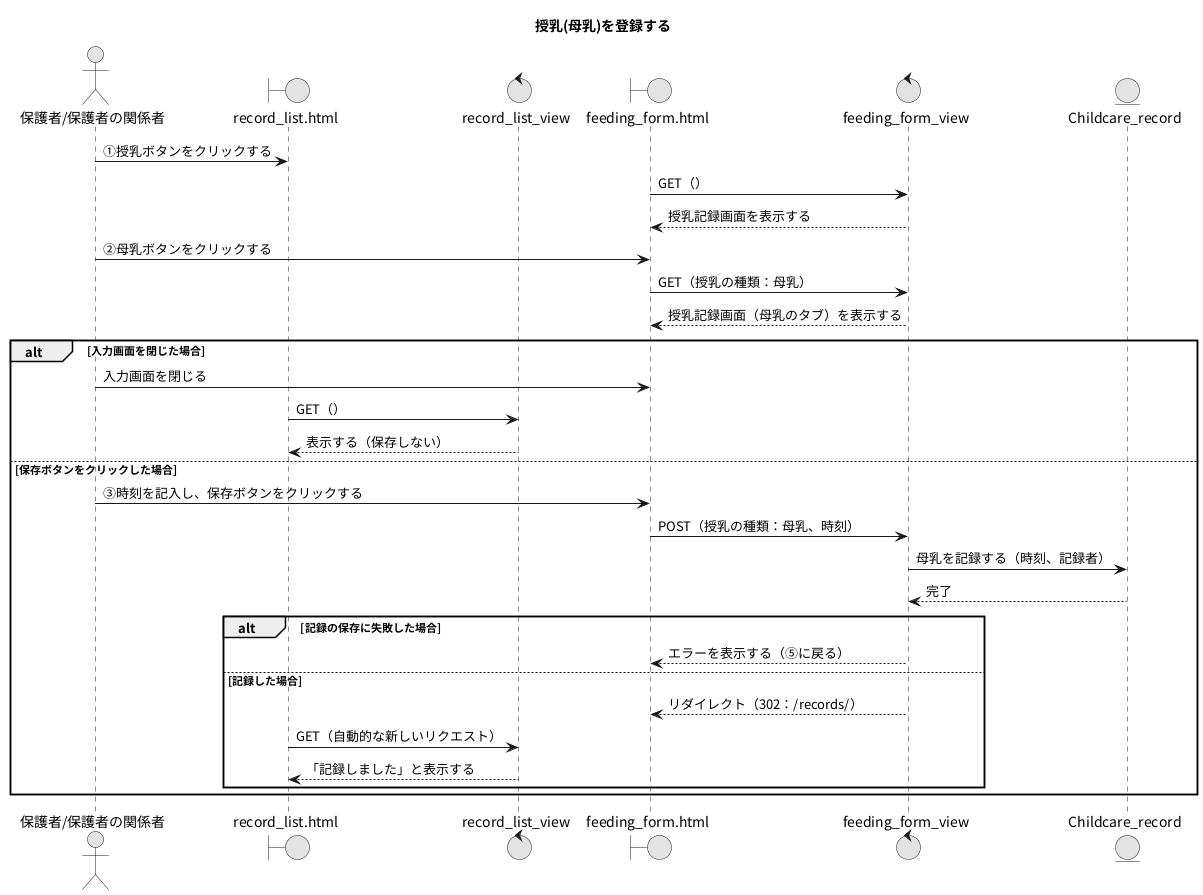
Before: PNG/27_授乳(母乳)を登録する.png, a diagram exported from PlantUML (Ma2naga190330/26_sotugyou_puml).
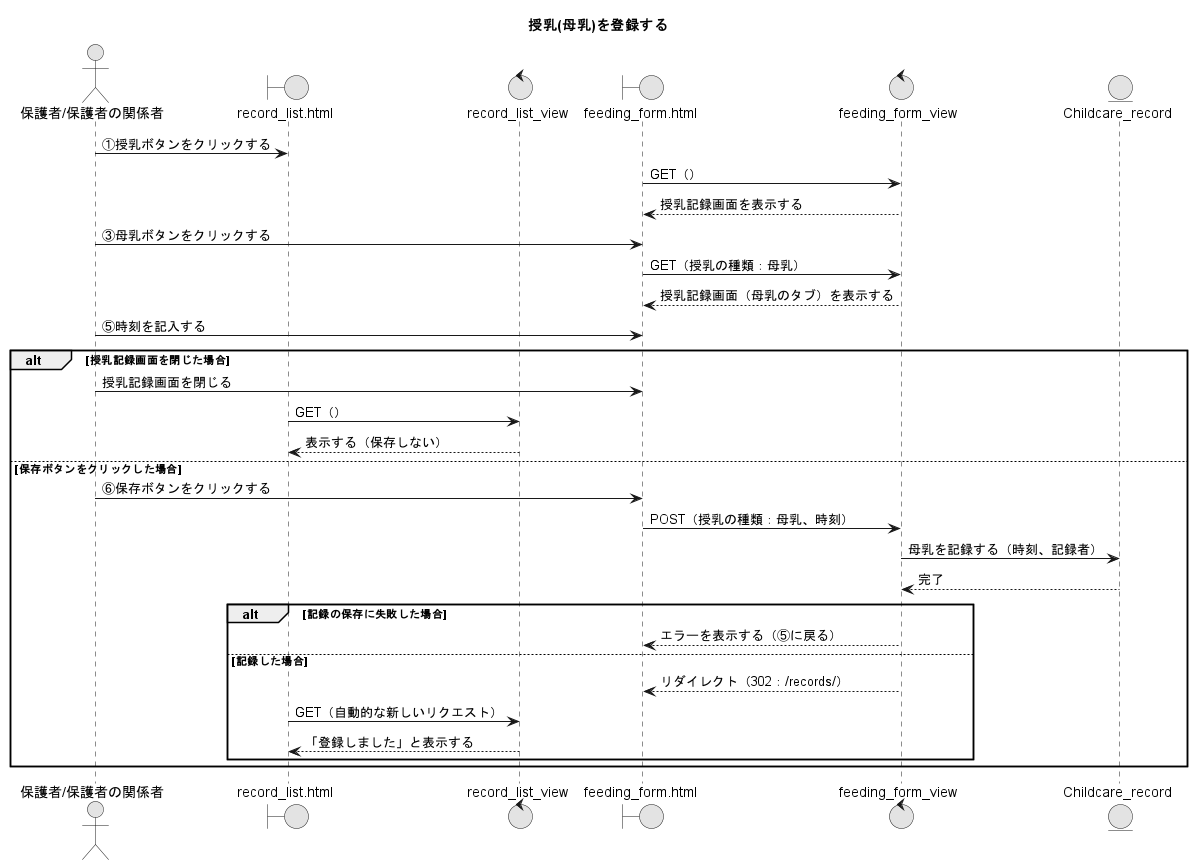
After the change.

Diff of the diagram source:
```diff
@@ -14,16 +14,17 @@
 FFP -> FFV : GET（）
 FFV --> FFP : 授乳記録画面を表示する
 
-A -> FFP : ②母乳ボタンをクリックする
+A -> FFP : ③母乳ボタンをクリックする
 FFP -> FFV : GET（授乳の種類：母乳）
 FFV --> FFP : 授乳記録画面（母乳のタブ）を表示する
 
-alt 入力画面を閉じた場合
-  A -> FFP : 入力画面を閉じる
+A -> FFP : ⑤時刻を記入する
+alt 授乳記録画面を閉じた場合
+  A -> FFP : 授乳記録画面を閉じる
   RLP -> RLV : GET（）
   RLV --> RLP : 表示する（保存しない）
 else 保存ボタンをクリックした場合
-  A -> FFP : ③時刻を記入し、保存ボタンをクリックする
+  A -> FFP : ⑥保存ボタンをクリックする
   FFP -> FFV : POST（授乳の種類：母乳、時刻）
   FFV -> CRM : 母乳を記録する（時刻、記録者）
   FFV <-- CRM : 完了
@@ -32,7 +33,7 @@
   else 記録した場合
     FFV --> FFP : リダイレクト（302：/records/）
     RLP -> RLV : GET（自動的な新しいリクエスト）
-    RLV --> RLP : 「記録しました」と表示する
+    RLV --> RLP : 「登録しました」と表示する
   end
 end
 @enduml
```
